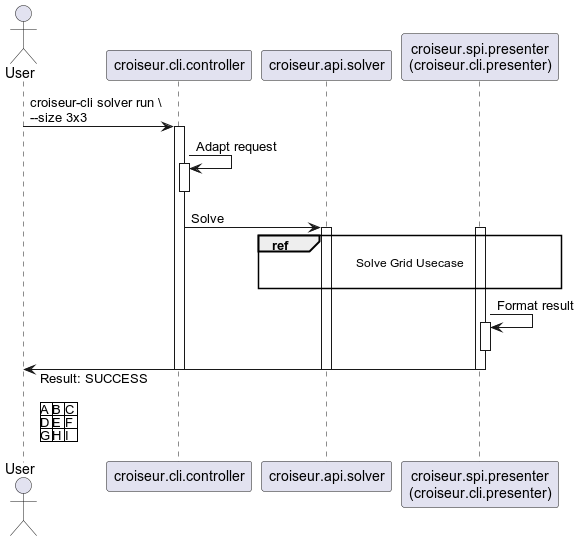
This is doc/reference/puml/sequence/image/output/solve-grid-cli.png from super7ramp/croiseur, a PlantUML export, as it was before one commit.
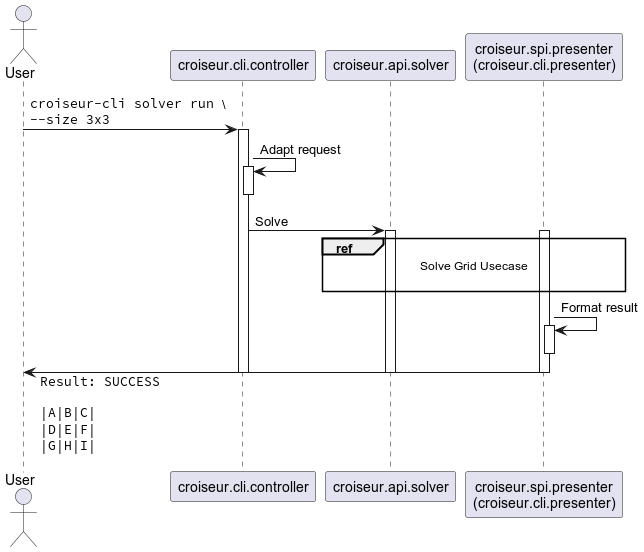
The same diagram one commit later.

Diff of the diagram source:
```diff
@@ -6,7 +6,7 @@
 participant croiseur.api.solver
 participant "croiseur.spi.presenter\n(croiseur.cli.presenter)" as croiseur.spi.presenter
 
-User -> croiseur.cli.controller : croiseur-cli solver run \\\n--size 3x3
+User -> croiseur.cli.controller : ""croiseur-cli solver run ""\\\n""--size 3x3""
 activate croiseur.cli.controller
 croiseur.cli.controller -> croiseur.cli.controller : Adapt request
 activate croiseur.cli.controller
@@ -20,7 +20,7 @@
 activate croiseur.spi.presenter
 deactivate croiseur.spi.presenter
 
-croiseur.spi.presenter -> User : Result: SUCCESS\n\n|A|B|C|\n|D|E|F|\n|G|H|I|
+croiseur.spi.presenter -> User : ""Result: SUCCESS""\n\n""|A|B|C|""\n""|D|E|F|""\n""|G|H|I|""
 
 deactivate croiseur.spi.presenter
 deactivate croiseur.api.solver
```
